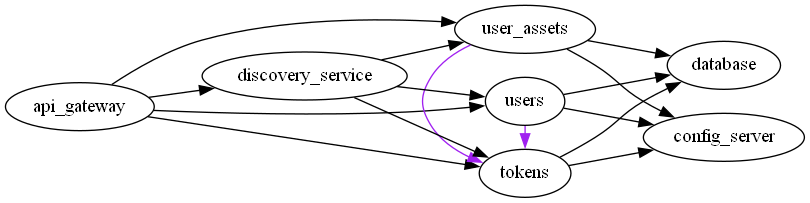
Before: src/backend/docs/services_graph.png, a diagram exported from Graphviz (nicolacimmino/FrameworksTesting). Its source is kept beside it as src/backend/docs/services_graph.dot.
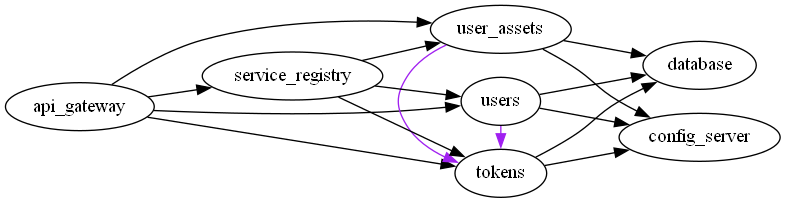
After the commit.

Diff of the diagram source:
```diff
@@ -3,7 +3,7 @@
 
 
   subgraph edge_services {
-      api_gateway -> { tokens, users, user_assets, discovery_service };
+      api_gateway -> { tokens, users, user_assets, service_registry };
   }
 
   subgraph microservices {
@@ -16,6 +16,6 @@
         user_assets -> { database, config_server };
         users -> tokens [color="purple"]
         user_assets -> tokens [color="purple"]
-        discovery_service -> { tokens, users, user_assets }
+        service_registry -> { tokens, users, user_assets }
   }
 }
```
